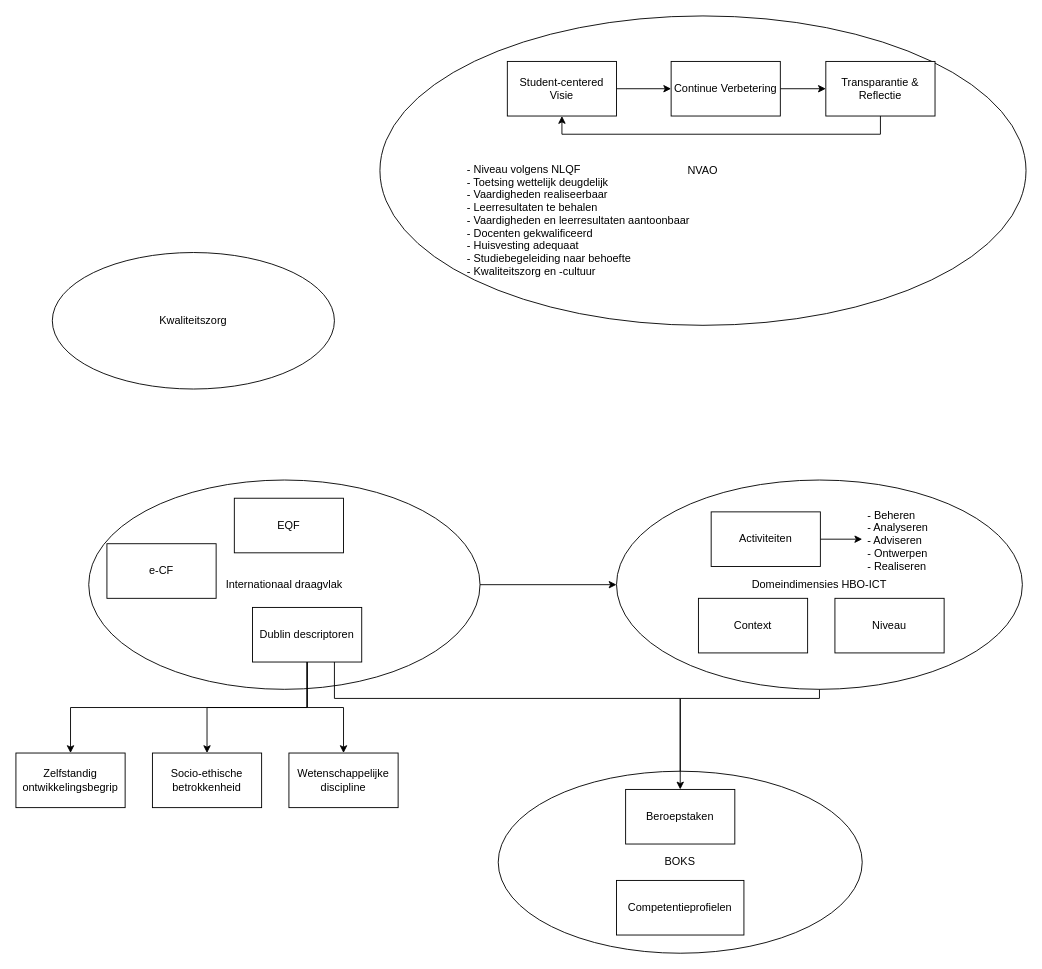
Earlier version of the draw.io diagram BDB.drawio (wieberinsma/bdb-drawio). Source tidied: cells renumbered, new cells numbered last; positions are measured from the earlier drawing's top-left corner, leaving out a move shared by most shapes. Both pictures are drawn from the tidied source at 91%, with x=0, y=0 at pixel (15, 15).
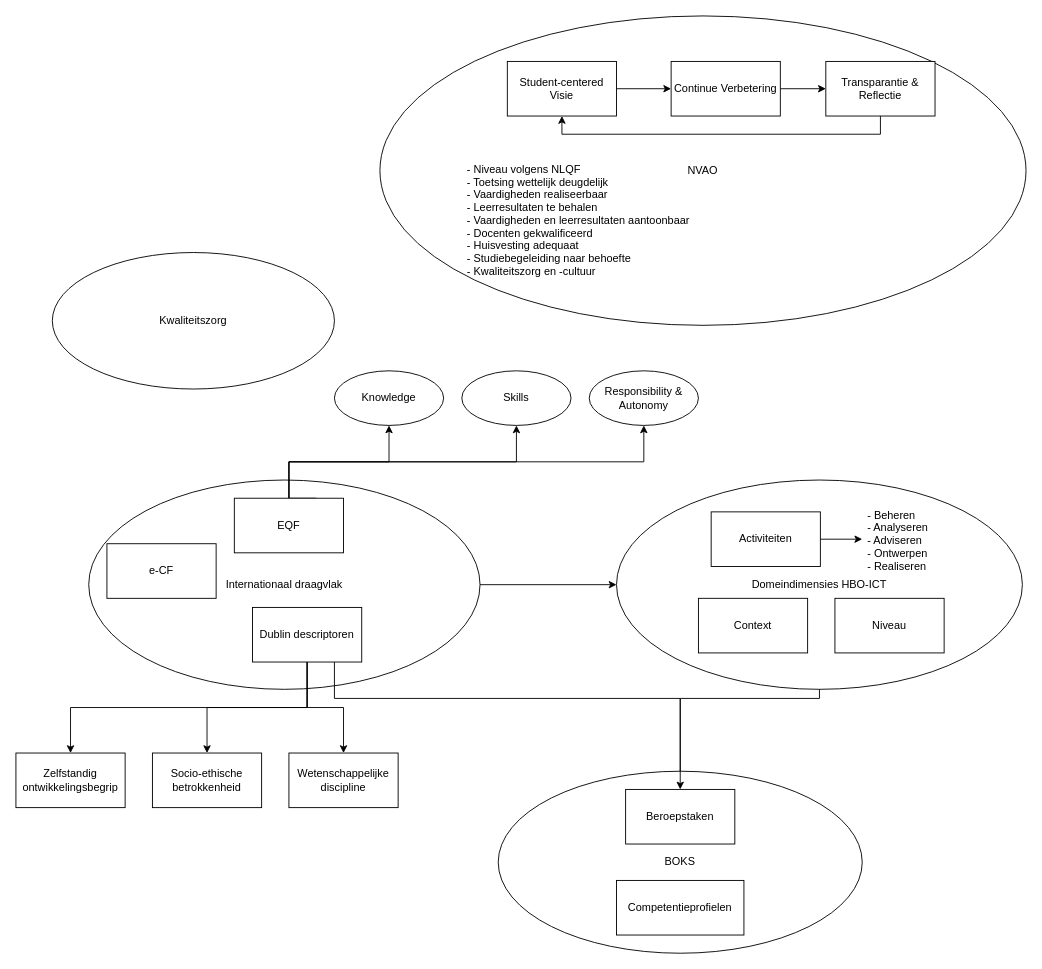
Above is the later version.

The change refers to these unchanged cells:
```xml
<mxCell id="13" value="EQF" style="rounded=0;whiteSpace=wrap;html=1;" parent="1" vertex="1">
  <mxGeometry x="240" y="530" width="120" height="60" as="geometry" />
</mxCell>
```

What changed in the source:
```diff
@@
+    <mxCell id="33" style="edgeStyle=orthogonalEdgeStyle;rounded=0;jettySize=auto;html=1;" parent="1" edge="1" source="13" target="36">
+      <mxGeometry relative="1" as="geometry" />
+    </mxCell>
+    <mxCell id="34" style="edgeStyle=orthogonalEdgeStyle;rounded=0;jettySize=auto;html=1;" parent="1" edge="1" source="13" target="38">
+      <mxGeometry relative="1" as="geometry">
+        <Array as="points">
+          <mxPoint x="300" y="490" />
+          <mxPoint x="690" y="490" />
+        </Array>
+      </mxGeometry>
+    </mxCell>
+    <mxCell id="35" style="edgeStyle=orthogonalEdgeStyle;rounded=0;jettySize=auto;html=1;exitX=0.75;exitY=0;exitDx=0;exitDy=0;entryX=0.5;entryY=1;entryDx=0;entryDy=0;" parent="1" edge="1" source="13" target="37">
+      <mxGeometry relative="1" as="geometry">
+        <Array as="points">
+          <mxPoint x="300" y="530" />
+          <mxPoint x="300" y="490" />
+          <mxPoint x="550" y="490" />
+        </Array>
+      </mxGeometry>
+    </mxCell>
@@
+    <mxCell id="36" value="Knowledge" style="ellipse;whiteSpace=wrap;html=1;rounded=0;" parent="1" vertex="1">
+      <mxGeometry x="350" y="390" width="120" height="60" as="geometry" />
+    </mxCell>
+    <mxCell id="37" value="Skills" style="ellipse;whiteSpace=wrap;html=1;rounded=0;" parent="1" vertex="1">
+      <mxGeometry x="490" y="390" width="120" height="60" as="geometry" />
+    </mxCell>
+    <mxCell id="38" value="Responsibility &amp;amp; Autonomy" style="ellipse;whiteSpace=wrap;html=1;rounded=0;" parent="1" vertex="1">
+      <mxGeometry x="630" y="390" width="120" height="60" as="geometry" />
+    </mxCell>
```
